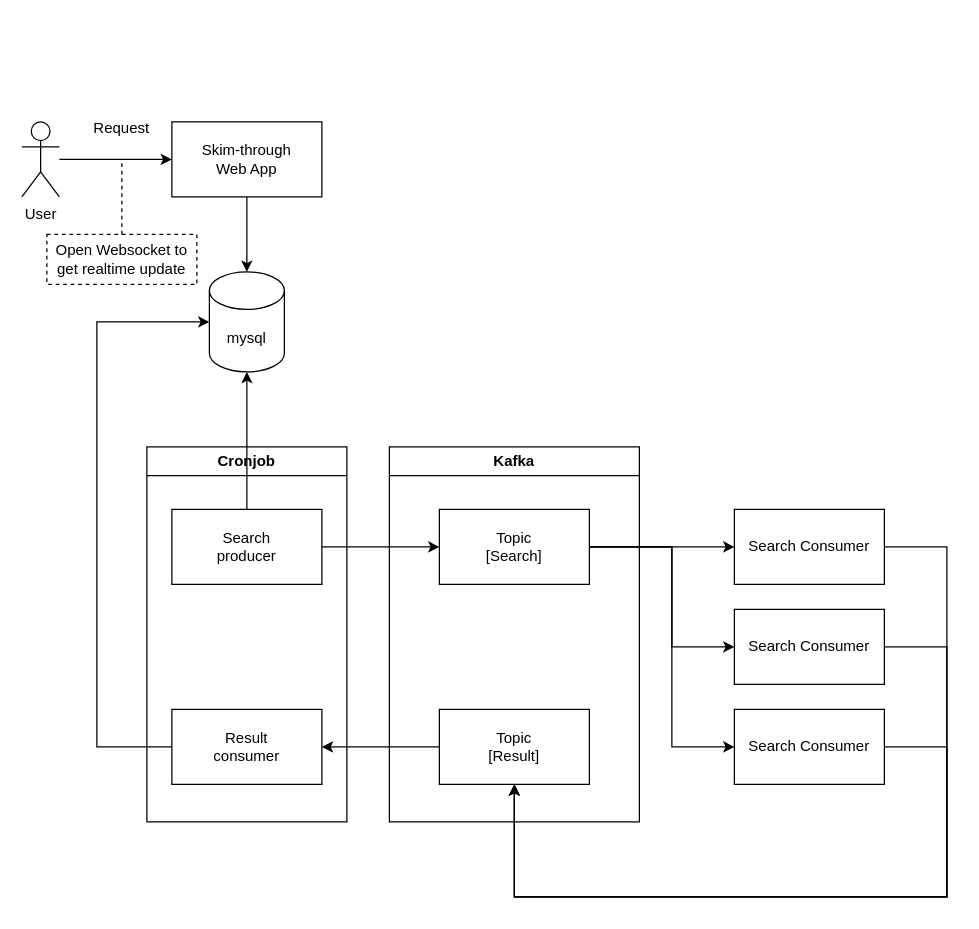
The draw.io diagram skim-through-architecture.drawio in JeesubKim/skim-through, before the edit. Source tidied: cells renumbered, new cells numbered last; positions are measured from the earlier drawing's top-left corner, leaving out a move shared by most shapes. Both pictures are drawn from the tidied source at 125%, with x=0, y=0 at pixel (21, 109).
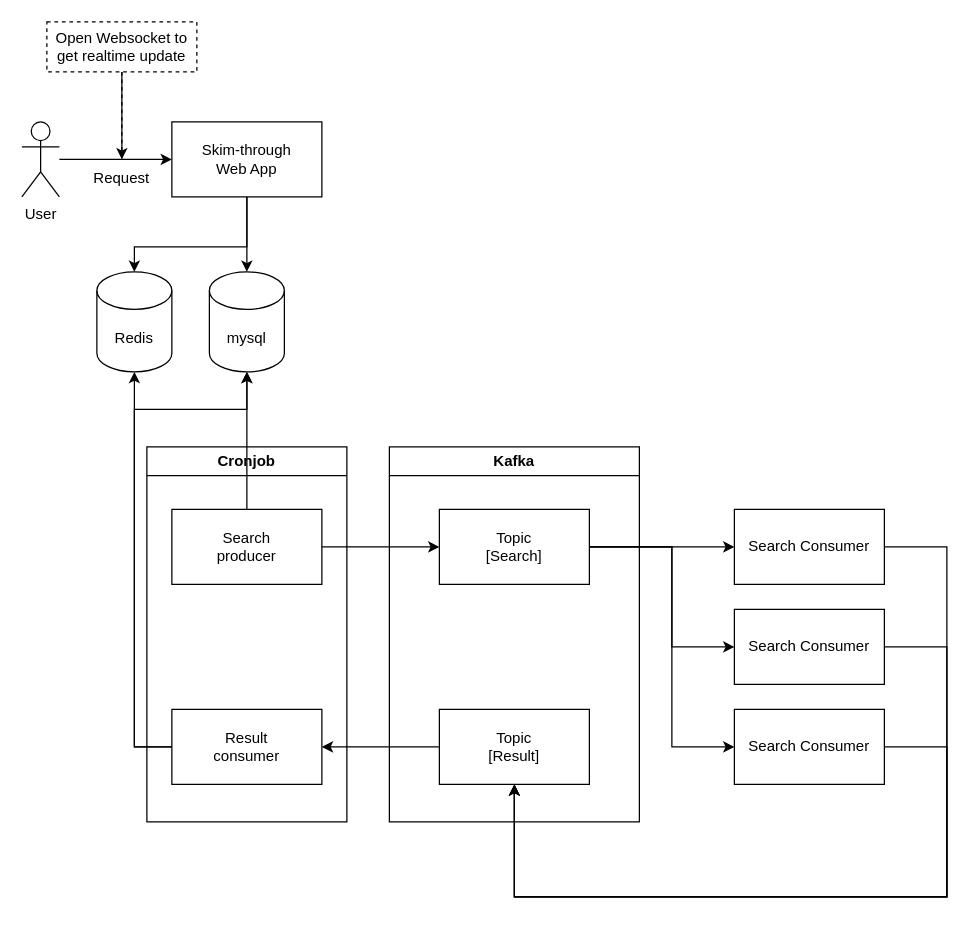
Above is the later version.

Commit message (it also covers changes not shown here):
add kafka pubsub sample codes and redis

The change refers to these unchanged cells:
```xml
<mxCell id="3" value="Skim-through &lt;br&gt;Web App" style="rounded=0;whiteSpace=wrap;html=1;" parent="1" vertex="1">
  <mxGeometry x="120" y="10" width="120" height="60" as="geometry" />
</mxCell>
<mxCell id="5" value="mysql" style="shape=cylinder3;whiteSpace=wrap;html=1;boundedLbl=1;backgroundOutline=1;size=15;" parent="1" vertex="1">
  <mxGeometry x="150" y="130" width="60" height="80" as="geometry" />
</mxCell>
<mxCell id="9" value="Result&lt;br&gt;consumer" style="rounded=0;whiteSpace=wrap;html=1;" parent="7" vertex="1">
  <mxGeometry x="20" y="210" width="120" height="60" as="geometry" />
</mxCell>
```

The edit, as a diff of the source:
```diff
@@
-    <mxCell id="24" style="endArrow=classic;html=1;rounded=0;exitX=0;exitY=0.5;exitDx=0;exitDy=0;entryX=0;entryY=0.5;entryDx=0;entryDy=0;entryPerimeter=0;" parent="1" edge="1" source="9" target="5">
+    <mxCell id="24" style="endArrow=classic;html=1;rounded=0;exitX=0;exitY=0.5;exitDx=0;exitDy=0;entryX=0.5;entryY=1;entryDx=0;entryDy=0;entryPerimeter=0;" parent="1" edge="1" source="9" target="30">
       <mxGeometry relative="1" as="geometry">
         <Array as="points">
-          <mxPoint x="60" y="510" />
-          <mxPoint x="60" y="170" />
+          <mxPoint x="90" y="510" />
+          <mxPoint x="90" y="440" />
         </Array>
       </mxGeometry>
     </mxCell>
@@
     <mxCell id="26" value="Request" style="text;html=1;strokeColor=none;fillColor=none;align=center;verticalAlign=middle;whiteSpace=wrap;rounded=0;" parent="1" vertex="1">
-      <mxGeometry x="50" width="60" height="30" as="geometry" />
+      <mxGeometry x="50" y="40" width="60" height="30" as="geometry" />
     </mxCell>
+    <mxCell id="29" style="edgeStyle=orthogonalEdgeStyle;rounded=0;jettySize=auto;html=1;" parent="1" edge="1" source="27" target="26">
+      <mxGeometry relative="1" as="geometry" />
+    </mxCell>
     <mxCell id="27" value="Open Websocket to get realtime update" style="text;html=1;strokeColor=default;fillColor=none;align=center;verticalAlign=middle;whiteSpace=wrap;rounded=0;dashed=1;" parent="1" vertex="1">
-      <mxGeometry x="20" y="100" width="120" height="40" as="geometry" />
+      <mxGeometry x="20" y="-70" width="120" height="40" as="geometry" />
     </mxCell>
-    <mxCell id="28" style="endArrow=none;dashed=1;html=1;rounded=0;exitX=0.5;exitY=0;exitDx=0;exitDy=0;" parent="1" edge="1" source="27">
+    <mxCell id="28" style="endArrow=none;dashed=1;html=1;rounded=0;" parent="1" edge="1">
       <mxGeometry relative="1" as="geometry">
+        <mxPoint x="80" y="-30" as="sourcePoint" />
         <mxPoint x="80" y="40" as="targetPoint" />
       </mxGeometry>
     </mxCell>
+    <mxCell id="30" value="Redis" style="shape=cylinder3;whiteSpace=wrap;html=1;boundedLbl=1;backgroundOutline=1;size=15;" parent="1" vertex="1">
+      <mxGeometry x="60" y="130" width="60" height="80" as="geometry" />
+    </mxCell>
+    <mxCell id="31" style="endArrow=classic;html=1;rounded=0;exitX=0;exitY=0.5;exitDx=0;exitDy=0;entryX=0.5;entryY=1;entryDx=0;entryDy=0;entryPerimeter=0;" parent="1" edge="1" source="9" target="5">
+      <mxGeometry relative="1" as="geometry">
+        <Array as="points">
+          <mxPoint x="90" y="510" />
+          <mxPoint x="90" y="240" />
+          <mxPoint x="180" y="240" />
+        </Array>
+      </mxGeometry>
+    </mxCell>
+    <mxCell id="32" style="endArrow=classic;html=1;rounded=0;exitX=0.5;exitY=1;exitDx=0;exitDy=0;entryX=0.5;entryY=0;entryDx=0;entryDy=0;entryPerimeter=0;" parent="1" edge="1" source="3" target="30">
+      <mxGeometry relative="1" as="geometry">
+        <Array as="points">
+          <mxPoint x="180" y="110" />
+          <mxPoint x="90" y="110" />
+        </Array>
+      </mxGeometry>
+    </mxCell>
```
